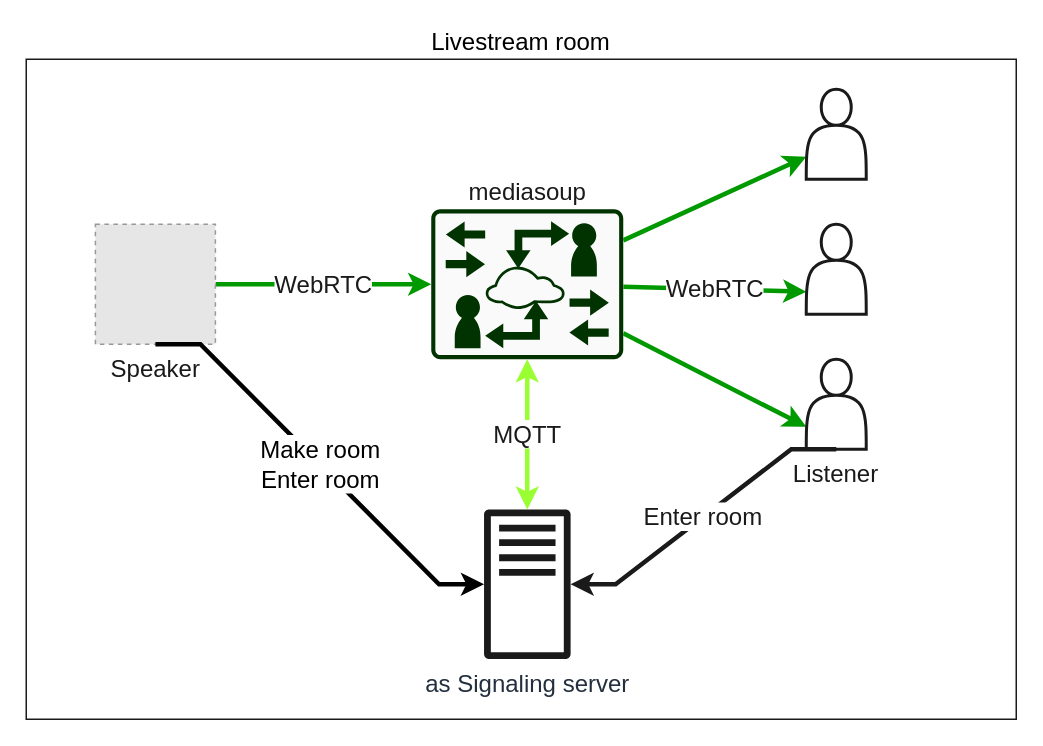
Above: page "webRTC" (6 of 7) of docs/overview.drawio in SownBanana/HUST-graduate-project (draw.io), before the change. Source tidied: cells renumbered, new cells numbered last; positions are measured from the earlier drawing's top-left corner, leaving out a move shared by most shapes. Both pictures are drawn from the tidied source at 150%, with x=0, y=0 at pixel (26, 58). Pictures stored in the file or linked from it are replaced by grey dashed boxes.
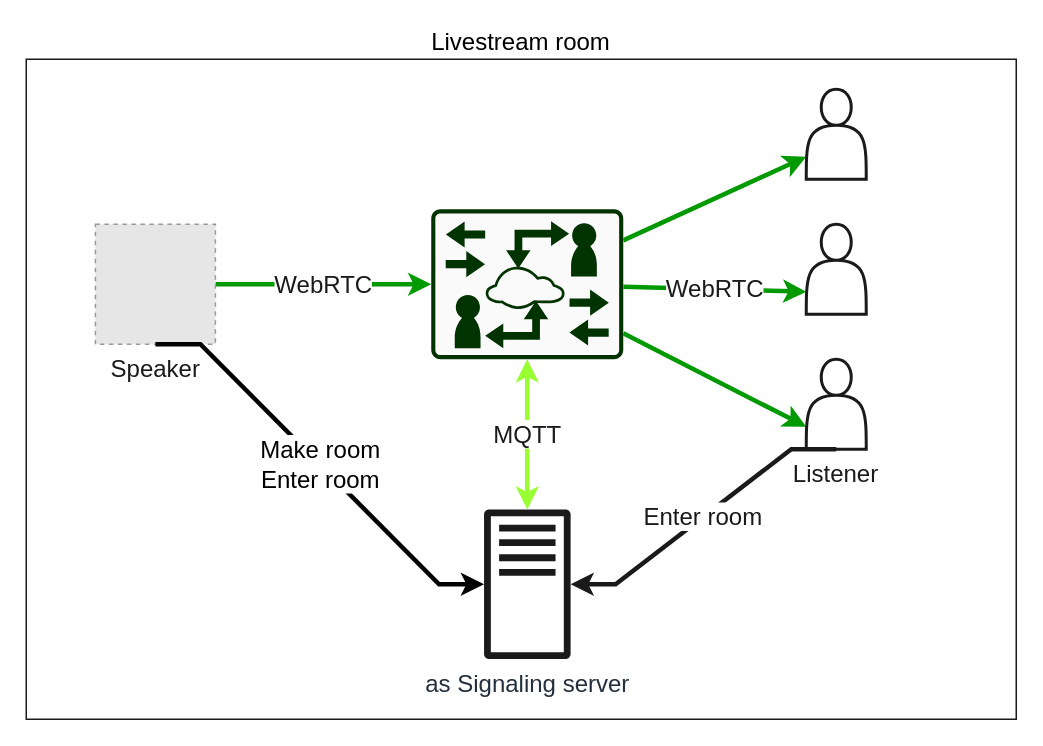
After the change.

Change to the diagram source:
```diff
@@
 <mxGraphModel>
   <root>
     <mxCell id="0" />
     <mxCell id="1" parent="0" />
     <mxCell id="2" value="Livestream room" style="whiteSpace=wrap;html=1;strokeColor=#1A1A1A;strokeWidth=1;fontSize=16;fontColor=#000000;fillColor=#FFFFFF;labelPosition=center;verticalLabelPosition=top;align=center;verticalAlign=bottom;" parent="1" vertex="1">
       <mxGeometry width="660" height="440" as="geometry" />
     </mxCell>
     <mxCell id="3" style="edgeStyle=none;rounded=0;jettySize=auto;html=1;entryX=0;entryY=0.75;entryDx=0;entryDy=0;strokeColor=#009900;strokeWidth=3;fontSize=16;fontColor=#1A1A1A;" parent="1" edge="1" source="6" target="10">
       <mxGeometry relative="1" as="geometry" />
     </mxCell>
     <mxCell id="4" value="WebRTC" style="edgeStyle=none;rounded=0;jettySize=auto;html=1;entryX=0;entryY=0.75;entryDx=0;entryDy=0;strokeColor=#009900;strokeWidth=3;fontSize=16;fontColor=#1A1A1A;" parent="1" edge="1" source="6" target="11">
       <mxGeometry relative="1" as="geometry" />
     </mxCell>
     <mxCell id="5" style="edgeStyle=none;rounded=0;jettySize=auto;html=1;entryX=0;entryY=0.75;entryDx=0;entryDy=0;strokeColor=#009900;strokeWidth=3;fontSize=16;fontColor=#1A1A1A;" parent="1" edge="1" source="6" target="13">
       <mxGeometry relative="1" as="geometry" />
     </mxCell>
-    <mxCell id="6" value="mediasoup" style="points=[[0.015,0.015,0],[0.985,0.015,0],[0.985,0.985,0],[0.015,0.985,0],[0.25,0,0],[0.5,0,0],[0.75,0,0],[1,0.25,0],[1,0.5,0],[1,0.75,0],[0.75,1,0],[0.5,1,0],[0.25,1,0],[0,0.75,0],[0,0.5,0],[0,0.25,0]];verticalLabelPosition=top;html=1;verticalAlign=bottom;align=center;shape=mxgraph.cisco19.rect;prIcon=video_gateway;fillColor=#FAFAFA;fontSize=16;fontColor=#1A1A1A;strokeColor=#003300;labelPosition=center;" parent="1" vertex="1">
+    <mxCell id="6" style="points=[[0.015,0.015,0],[0.985,0.015,0],[0.985,0.985,0],[0.015,0.985,0],[0.25,0,0],[0.5,0,0],[0.75,0,0],[1,0.25,0],[1,0.5,0],[1,0.75,0],[0.75,1,0],[0.5,1,0],[0.25,1,0],[0,0.75,0],[0,0.5,0],[0,0.25,0]];verticalLabelPosition=top;html=1;verticalAlign=bottom;align=center;shape=mxgraph.cisco19.rect;prIcon=video_gateway;fillColor=#FAFAFA;fontSize=16;fontColor=#1A1A1A;strokeColor=#003300;labelPosition=center;" parent="1" vertex="1">
       <mxGeometry x="270" y="100" width="128" height="100" as="geometry" />
     </mxCell>
     <mxCell id="7" value="WebRTC" style="edgeStyle=none;rounded=0;jettySize=auto;html=1;entryX=0;entryY=0.5;entryDx=0;entryDy=0;entryPerimeter=0;strokeColor=#009900;strokeWidth=3;fontSize=16;fontColor=#1A1A1A;" parent="1" edge="1" source="8" target="6">
       <mxGeometry relative="1" as="geometry" />
     </mxCell>
     <mxCell id="8" value="Speaker" style="fillColor=#E6E6E6;strokeColor=#999999;dashed=1;html=1;verticalAlign=top;verticalLabelPosition=bottom;labelBackgroundColor=#ffffff;fontSize=16;fontColor=#1A1A1A;align=center;" parent="1" vertex="1">
       <mxGeometry x="46.1" y="110" width="80" height="80" as="geometry" />
     </mxCell>
     <mxCell id="9" value="as Signaling server" style="outlineConnect=0;fontColor=#232F3E;gradientColor=none;strokeColor=none;dashed=0;verticalLabelPosition=bottom;verticalAlign=top;align=center;html=1;fontSize=16;fontStyle=0;shape=mxgraph.aws4.traditional_server;fillColor=#1A1A1A;labelPosition=center;horizontal=1;" parent="1" vertex="1">
       <mxGeometry x="305.2" y="300" width="57.7" height="100" as="geometry" />
     </mxCell>
     <mxCell id="10" style="shape=actor;whiteSpace=wrap;html=1;strokeWidth=2;fontSize=16;fontColor=#1A1A1A;align=center;fillColor=none;strokeColor=#1A1A1A;" parent="1" vertex="1">
       <mxGeometry x="520" y="20" width="40" height="60" as="geometry" />
     </mxCell>
     <mxCell id="11" style="shape=actor;whiteSpace=wrap;html=1;strokeWidth=2;fontSize=16;fontColor=#1A1A1A;align=center;fillColor=none;strokeColor=#1A1A1A;" parent="1" vertex="1">
       <mxGeometry x="520" y="110" width="40" height="60" as="geometry" />
     </mxCell>
     <mxCell id="12" value="Enter room" style="edgeStyle=entityRelationEdgeStyle;rounded=0;jettySize=auto;html=1;strokeWidth=3;fontSize=16;fontColor=#1A1A1A;strokeColor=#1A1A1A;exitX=0.5;exitY=1;exitDx=0;exitDy=0;" parent="1" edge="1" source="13" target="9">
       <mxGeometry relative="1" as="geometry" />
     </mxCell>
     <mxCell id="13" value="Listener" style="shape=actor;whiteSpace=wrap;html=1;strokeWidth=2;fontSize=16;fontColor=#1A1A1A;align=center;fillColor=none;strokeColor=#1A1A1A;labelPosition=center;verticalLabelPosition=bottom;verticalAlign=top;" parent="1" vertex="1">
       <mxGeometry x="520" y="200" width="40" height="60" as="geometry" />
     </mxCell>
     <mxCell id="14" value="Make room&lt;br&gt;Enter room" style="rounded=0;jettySize=auto;html=1;fontColor=#000000;fontSize=16;strokeWidth=3;exitX=0.5;exitY=1;exitDx=0;exitDy=0;edgeStyle=entityRelationEdgeStyle;" parent="1" edge="1" source="8" target="9">
       <mxGeometry relative="1" as="geometry" />
     </mxCell>
     <mxCell id="15" value="MQTT" style="endArrow=classic;startArrow=classic;html=1;strokeWidth=3;fontSize=16;fontColor=#1A1A1A;entryX=0.5;entryY=1;entryDx=0;entryDy=0;entryPerimeter=0;strokeColor=#99FF33;" parent="1" edge="1" source="9" target="6">
       <mxGeometry relative="1" as="geometry" />
     </mxCell>
   </root>
 </mxGraphModel>
```
